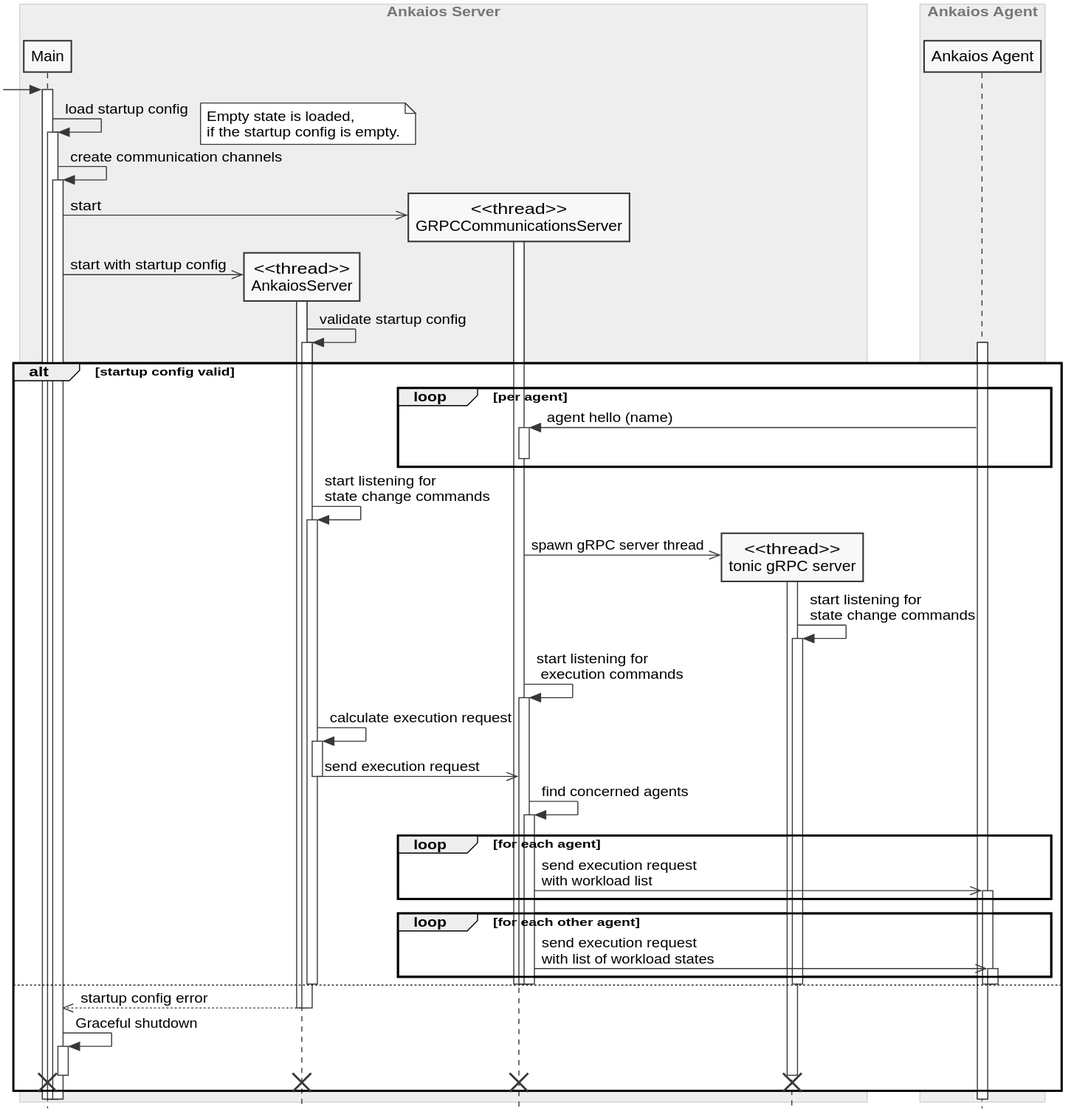
Above: server/doc/swdesign/plantuml/seq_startup.svg in eclipse-ankaios/ankaios (PlantUML), before the change.
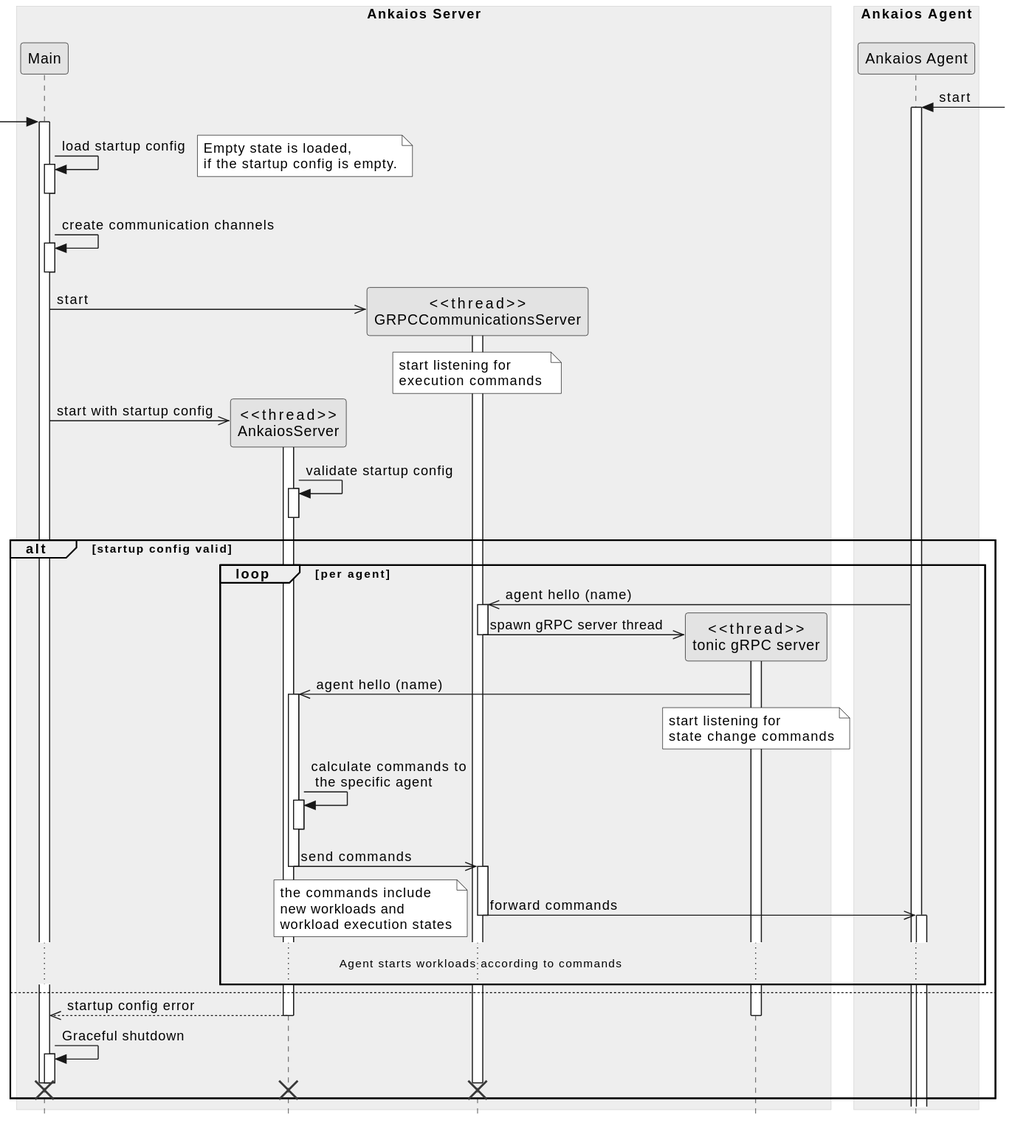
After the change.

What changed in the source:
```diff
@@ -1,35 +1,9 @@
 @startuml seq_startup
-skinparam monochrome true
-skinparam guillemet true
-skinparam style strictuml
-hide empty members
-hide empty methods
-
-skinparam class {
-    BorderColor<<logical entity>> grey
-    FontColor<<logical entity>> grey
-    StereotypeFontColor<<logical entity>> grey
-}
-
-skinparam sequenceBox {
-    BorderColor #LightGrey
-    BackgroundColor #EEEEEE
-    FontColor #777777
-}
-
-skinparam BoxPadding 10
-
-skinparam note {
-    BackgroundColor #FFFFFF
-}
-
-skinparam nodesep 30
-skinparam ranksep 30
+!include ../../../../resources/doc/plantuml/clean.skin
 
 box "Ankaios Server"
 participant Main as main
 participant "<<thread>>\nAnkaiosServer" as server
-
 
 participant "<<thread>>\nGRPCCommunicationsServer" as grpc_server
 participant "<<thread>>\ntonic gRPC server" as tonic_server
@@ -39,58 +13,56 @@
     participant "Ankaios Agent" as agent
 end box
 
+agent <- ++: start
+
 -> main ++
 main -> main ++--: load startup config
 note right: Empty state is loaded,\nif the startup config is empty.
 main -> main ++--: create communication channels
-main ->> grpc_server ** : start
+main ->> grpc_server **: start
 activate grpc_server
+note over grpc_server
+    start listening for
+    execution commands /'evil laughter'/
+end note
 main ->> server **: start with startup config
 activate server
-server -> server++: validate startup config
+server -> server++--: validate startup config
 alt startup config valid
-activate agent
+
 loop per agent
-    agent -> grpc_server ++: agent hello (name)
+    agent ->> grpc_server ++: agent hello (name)
+
+    grpc_server ->> tonic_server **: spawn gRPC server thread
     deactivate grpc_server
+    activate tonic_server
+    tonic_server ->> server++: agent hello (name)
+    note over tonic_server
+        start listening for
+        state change commands
+    end note
+
+    server -> server ++--: calculate commands to \n the specific agent
+
+    server ->> grpc_server --++: send commands
+    grpc_server ->> agent --++: forward commands
+    note left
+        the commands include
+        new workloads and
+        workload execution states
+    end note
+    ... Agent starts workloads according to commands ...
 end
 
-activate server
-server -> server ++: start listening for \nstate change commands
-
-grpc_server ->> tonic_server **: spawn gRPC server thread
-activate tonic_server
-tonic_server -> tonic_server ++--: start listening for \nstate change commands
-
-grpc_server -> grpc_server ++--: start listening for\n execution commands
-
-server -> server ++: calculate execution request
-
-server ->> grpc_server --++: send execution request
-
-grpc_server -> grpc_server ++: find concerned agents
-
-loop for each agent
-    grpc_server ->> agent ++:send execution request \nwith workload list
-end
-loop for each other agent
-    grpc_server ->> agent ++:send execution request \nwith list of workload states
-end
-
-deactivate agent
-deactivate agent
-deactivate server
-deactivate grpc_server
-deactivate grpc_server
-deactivate grpc_server
-deactivate tonic_server
 else
 server -->> main--: startup config error
 deactivate server
+deactivate tonic_server
+
 main -> main++--: Graceful shutdown
-destroy tonic_server
 destroy grpc_server
 destroy server
 destroy main
+
 end
 @enduml
```
